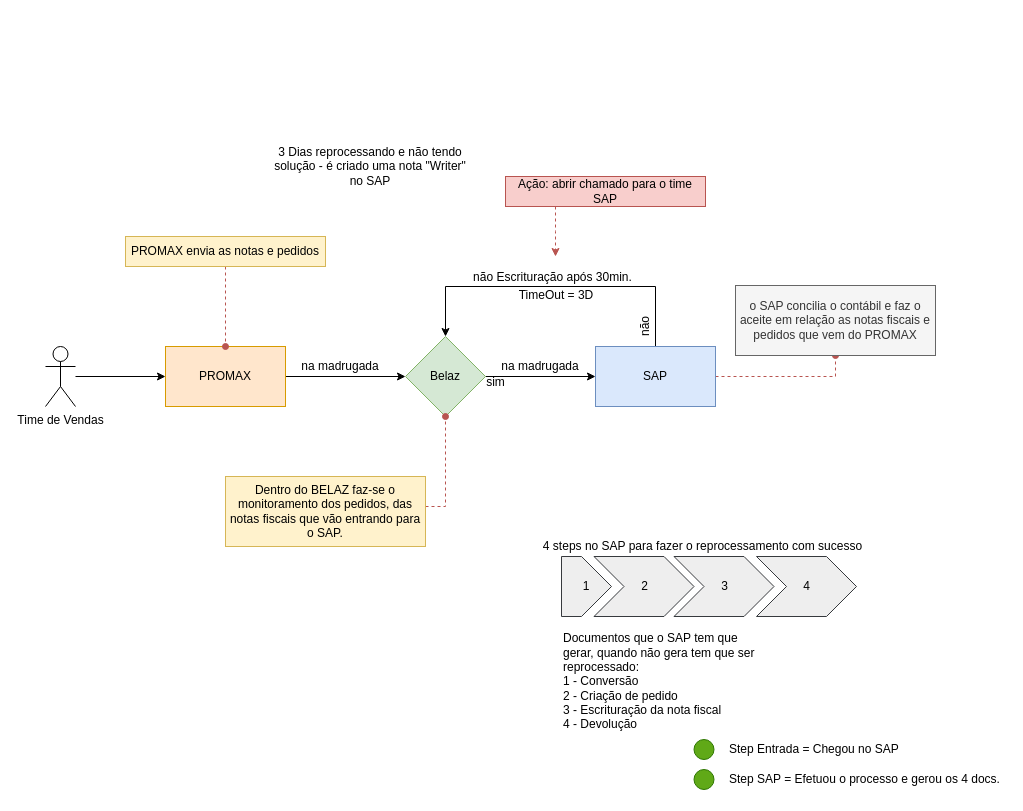
aguinaldo1/Lab01-ProjAPP keeps this draw.io diagram as page "mod-Nfiscal" (1 of 4) of Diagrama sem nome.drawio. Above is the earlier version. Source tidied: cells renumbered, new cells numbered last; positions are measured from the earlier drawing's top-left corner, leaving out a move shared by most shapes. Both pictures are drawn from the tidied source at 100%, with x=0, y=0 at pixel (45, 126).
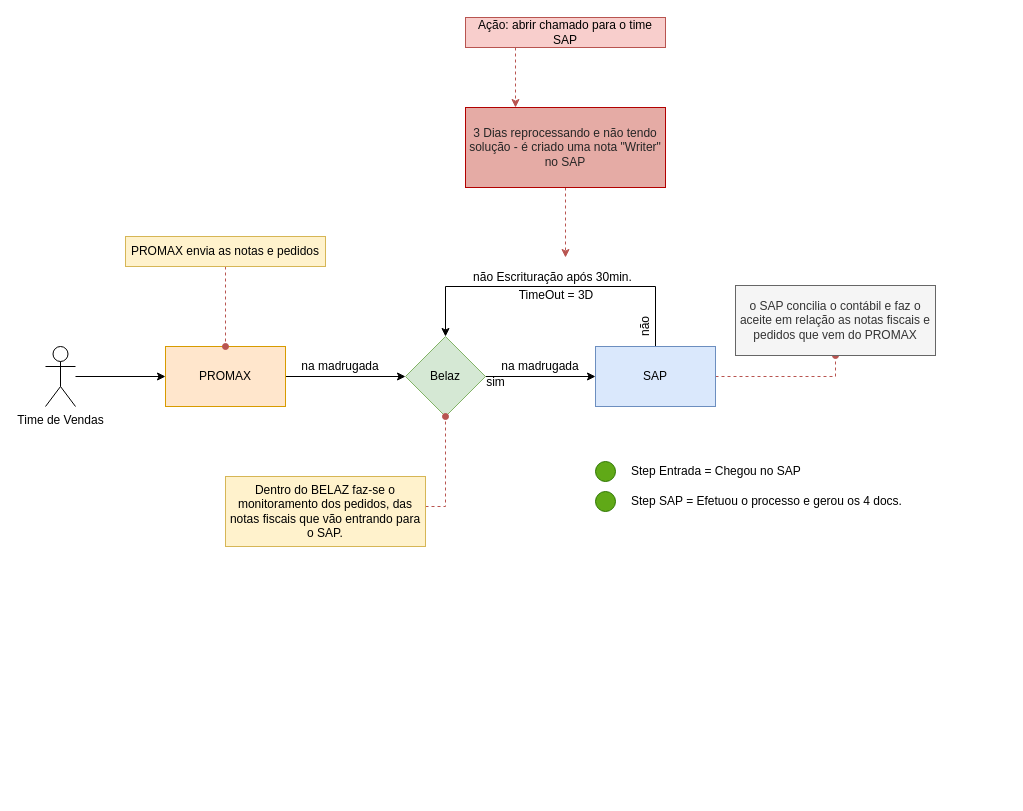
After the change.

The edit, as a diff of the source:
```diff
@@
     <mxCell id="9" style="rounded=0;jettySize=auto;html=1;exitX=0.25;exitY=1;exitDx=0;exitDy=0;fillColor=#f8cecc;strokeColor=#b85450;dashed=1;edgeStyle=orthogonalEdgeStyle;" parent="1" edge="1" source="10">
       <mxGeometry relative="1" as="geometry">
-        <mxPoint x="510" y="130" as="targetPoint" />
+        <mxPoint x="470" y="-19" as="targetPoint" />
       </mxGeometry>
     </mxCell>
     <mxCell id="10" value="Ação: abrir chamado para o time SAP" style="text;html=1;strokeColor=#b85450;fillColor=#f8cecc;align=center;verticalAlign=middle;whiteSpace=wrap;rounded=0;" parent="1" vertex="1">
-      <mxGeometry x="460" y="50" width="200" height="30" as="geometry" />
+      <mxGeometry x="420" y="-109" width="200" height="30" as="geometry" />
     </mxCell>
@@
+    <mxCell id="35" style="edgeStyle=orthogonalEdgeStyle;rounded=0;jettySize=auto;html=1;dashed=1;fillColor=#f8cecc;strokeColor=#b85450;" parent="1" edge="1" source="24">
+      <mxGeometry relative="1" as="geometry">
+        <mxPoint x="520" y="131" as="targetPoint" />
+      </mxGeometry>
+    </mxCell>
-    <mxCell id="24" value="3 Dias reprocessando e não tendo solução - é criado uma nota &quot;Writer&quot; no SAP" style="text;html=1;strokeColor=none;fillColor=none;align=center;verticalAlign=middle;whiteSpace=wrap;rounded=0;" parent="1" vertex="1">
-      <mxGeometry x="225" width="200" height="80" as="geometry" />
+    <mxCell id="24" value="3 Dias reprocessando e não tendo solução - é criado uma nota &quot;Writer&quot; no SAP" style="text;html=1;strokeColor=#B20000;fillColor=#E5ABA5;align=center;verticalAlign=middle;whiteSpace=wrap;rounded=0;fontColor=#262626;" parent="1" vertex="1">
+      <mxGeometry x="420" y="-19" width="200" height="80" as="geometry" />
     </mxCell>
-    <mxCell id="25" value="2" style="html=1;shadow=0;dashed=0;align=center;verticalAlign=middle;shape=mxgraph.arrows2.arrow;dy=0;dx=30;notch=30;fillColor=#eeeeee;strokeColor=#36393d;" parent="1" vertex="1">
-      <mxGeometry x="548.5" y="430" width="100" height="60" as="geometry" />
-    </mxCell>
-    <mxCell id="26" value="3" style="html=1;shadow=0;dashed=0;align=center;verticalAlign=middle;shape=mxgraph.arrows2.arrow;dy=0;dx=30;notch=30;fillColor=#eeeeee;strokeColor=#36393d;" parent="1" vertex="1">
-      <mxGeometry x="628.5" y="430" width="100" height="60" as="geometry" />
-    </mxCell>
-    <mxCell id="27" value="4" style="html=1;shadow=0;dashed=0;align=center;verticalAlign=middle;shape=mxgraph.arrows2.arrow;dy=0;dx=30;notch=30;fillColor=#eeeeee;strokeColor=#36393d;" parent="1" vertex="1">
-      <mxGeometry x="711" y="430" width="100" height="60" as="geometry" />
-    </mxCell>
-    <mxCell id="28" value="1" style="shape=offPageConnector;whiteSpace=wrap;html=1;direction=north;size=0.6;fillColor=#eeeeee;strokeColor=#36393d;" parent="1" vertex="1">
-      <mxGeometry x="516" y="430" width="50" height="60" as="geometry" />
-    </mxCell>
-    <mxCell id="29" value="Documentos que o SAP tem que gerar, quando não gera tem que ser reprocessado:&lt;br&gt;1 - Conversão&lt;br&gt;2 - Criação de pedido&lt;br&gt;3 - Escrituração da nota fiscal&lt;br&gt;4 - Devolução" style="text;html=1;strokeColor=none;fillColor=none;align=left;verticalAlign=middle;whiteSpace=wrap;rounded=0;" parent="1" vertex="1">
-      <mxGeometry x="516" y="500" width="200" height="110" as="geometry" />
-    </mxCell>
-    <mxCell id="30" value="4 steps no SAP para fazer o reprocessamento com sucesso" style="text;html=1;strokeColor=none;fillColor=none;align=center;verticalAlign=middle;whiteSpace=wrap;rounded=0;" parent="1" vertex="1">
-      <mxGeometry x="490" y="410" width="335" height="20" as="geometry" />
-    </mxCell>
     <mxCell id="31" style="ellipse;whiteSpace=wrap;html=1;fillColor=#60a917;strokeColor=#2D7600;fontColor=#ffffff;" parent="1" vertex="1">
-      <mxGeometry x="648.5" y="613" width="20" height="20" as="geometry" />
+      <mxGeometry x="550" y="335" width="20" height="20" as="geometry" />
     </mxCell>
     <mxCell id="32" value="Step Entrada = Chegou no SAP" style="text;html=1;strokeColor=none;fillColor=none;align=left;verticalAlign=middle;whiteSpace=wrap;rounded=0;" parent="1" vertex="1">
-      <mxGeometry x="682" y="608" width="209" height="30" as="geometry" />
+      <mxGeometry x="583.5" y="330" width="209" height="30" as="geometry" />
     </mxCell>
     <mxCell id="33" style="ellipse;whiteSpace=wrap;html=1;fillColor=#60a917;strokeColor=#2D7600;fontColor=#ffffff;" parent="1" vertex="1">
-      <mxGeometry x="648.5" y="643" width="20" height="20" as="geometry" />
+      <mxGeometry x="550" y="365" width="20" height="20" as="geometry" />
     </mxCell>
     <mxCell id="34" value="Step SAP = Efetuou o processo e gerou os 4 docs." style="text;html=1;strokeColor=none;fillColor=none;align=left;verticalAlign=middle;whiteSpace=wrap;rounded=0;" parent="1" vertex="1">
-      <mxGeometry x="682" y="638" width="279" height="30" as="geometry" />
+      <mxGeometry x="583.5" y="360" width="279" height="30" as="geometry" />
     </mxCell>
```
